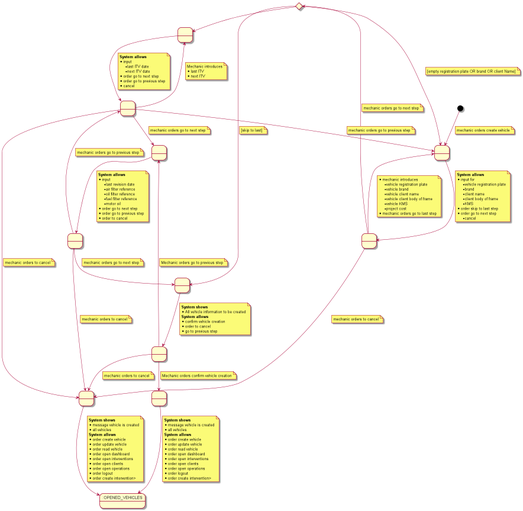
Above: documentation/1requiremets/usecases_specification/png/createVehicle.png in Ruskab/agrimManager (PlantUML), before the change.
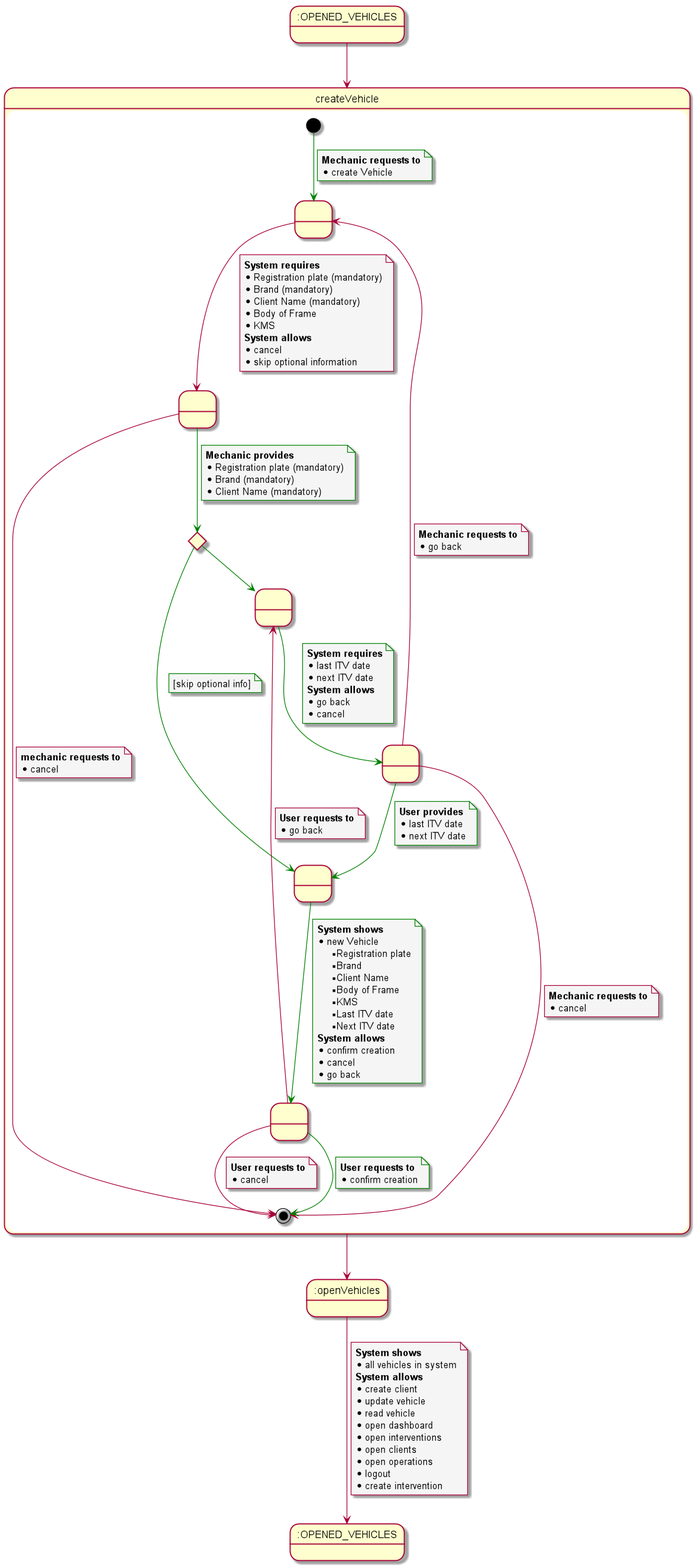
After the commit.

What changed in the source:
```diff
@@ -1,190 +1,145 @@
 @startuml
+skinparam {
+    NoteBackgroundColor #whiteSmoke
+}
 
-state 3 <<choice>>
-state 9 as ":OPENED_VEHICLES"
+state OPENED_VEHICLES as ":OPENED_VEHICLES"
+state openVehicles as ":openVehicles"
+state initState as ":OPENED_VEHICLES"
+
+initState -down-> createVehicle
+
+state createVehicle {
 state 1 as " "
+state A0 as " "
+state A1 as " "
 state 2 as " "
-state 3 as " "
 state 4 as " "
+state A4 <<choice>>
 state 6 as " "
-state 7 as " "
-state 8 as " "
-state 10 as " "
-state A1 as " "
-state A0 as " "
-state A2 as " "
 
-[*] --> 1
+[*]  -[#Green]down-> 1
 note on link
-    mechanic orders create vehicle
+    <b>Mechanic requests to</b>
+    * create Vehicle
 end note
 
-1 --> 2
+1 -down-> 2
 note on link
+    <b>System requires</b>
+    * Registration plate (mandatory)
+    * Brand (mandatory)
+    * Client Name (mandatory)
+    * Body of Frame
+    * KMS
     <b>System allows</b>
-    * input for
-    ** vehicle registration plate
-    ** brand
-    ** client name
-    ** client body of frame
-    ** KMS
-    * order skip to last step
-    * order go to next step
-    ** cancel
+    * cancel
+    * skip optional information
 end note
 
-2 --> 1
+2 -down-> [*]
 note on link
-    * mechanic introduces
-    ** vehicle registration plate
-    ** vehicle brand
-    ** vehicle client name
-    ** vehicle client body of frame
-    ** vehicle KMS
-    ** project cost
-    * mechanic orders go to last step
+<b>mechanic requests to
+* cancel
 end note
 
-2 --> 10
+2 -[#Green]down-> A4
 note on link
-mechanic orders to cancel
+<b>Mechanic provides</b>
+* Registration plate (mandatory)
+* Brand (mandatory)
+* Client Name (mandatory)
 end note
 
-2 --> 3
+A4 -[#Green]down-> A1
 note on link
- mechanic orders go to next step
+[skip optional info]
 end note
 
-3 --> 1
+
+A4 -[#Green]down-> 4
+
+4 -[#Green]down-> A0
 note on link
-    [empty registration plate OR brand OR client Name]
+<b>System requires</b>
+* last ITV date
+* next ITV date
+<b>System allows</b>
+* go back
+* cancel
 end note
 
-3 --> 6
+A0 -left-> 1
 note on link
-    [skip to last]
+<b>Mechanic requests to</b>
+* go back
 end note
 
-3 --> 4
-
-4 --> A0
+A0 -down-> [*]
 note on link
-    <b>System allows</b>
-    * input
-    **last ITV date
-    **next ITV date
-    * order go to next step
-    * order go to previous step
-    * cancel
+<b>Mechanic requests to</b>
+* cancel
 end note
 
-A0 --> 4
+A0 -[#Green]down-> A1
 note on link
-    Mechanic introduces
-    * last ITV
-    * next ITV
+<b>User provides</b>
+* last ITV date
+* next ITV date
 end note
 
-A0 --> 10
+A1 -[#Green]down-> 6
 note on link
-mechanic orders to cancel
+    <b>System shows</b>
+    * new Vehicle
+    ** Registration plate
+    ** Brand
+    ** Client Name
+    ** Body of Frame
+    ** KMS
+    ** Last ITV date
+    ** Next ITV date
+    <b>System allows</b>
+    *confirm creation
+    *cancel
+    *go back
 end note
 
-A0 --> 1
+6 -[#Green]down-> [*]
 note on link
-mechanic orders go to previous step
+<b>User requests to</b>
+* confirm creation
 end note
 
-A0 --> A1
+6 -up-> 4
 note on link
-mechanic orders go to next step
+<b>User requests to</b>
+* go back
 end note
 
-A1 --> A2
+6 -down-> [*]
 note on link
-    <b>System allows</b>
-    * input
-    ** last revision date
-    ** air filter reference
-    ** oil filter reference
-    ** fuel filter reference
-    ** motor oil
-    * order go to next step
-    * order go to previous step
-    * order to cancel
+<b>User requests to</b>
+* cancel
+end note
+}
+
+createVehicle --> openVehicles
+
+openVehicles --> OPENED_VEHICLES
+note on link
+<b>System shows</b>
+* all vehicles in system
+<b>System allows</b>
+* create client
+* update vehicle
+* read vehicle
+* open dashboard
+* open interventions
+* open clients
+* open operations
+* logout
+* create intervention
 end note
 
-A2 --> A0
-note on link
-    mechanic orders go to previous step
-end note
-
-A2 --> 10
-note on link
-    mechanic orders to cancel
-end note
-
-A2 --> 6
-note on link
- mechanic orders go to next step
-end note
-
-6 --> 7
-note on link
-    <b>System shows</b>
-    * All vehicle information to be created
-    <b>System allows</b>
-    * confirm vehicle creation
-    * order to cancel
-    * go to previous step
-end note
-
-7 --> A1
-note on link
-    Mechanic orders go to previous step
-end note
-
-7 --> 10
-note on link
-    mechanic orders to cancel
-end note
-
-10 --> 9
-note on link
-<b>System shows</b>
-* message vehicle is created
-* all vehicles
-<b>System allows</b>
-* order create vehicle
-* order update vehicle
-* order read vehicle
-* order open dashboard
-* order open interventions
-* order open clients
-* order open operations
-* order logout
-* order create intervention>
-end note
-
-7 --> 8
-note on link
- Mechanic orders confirm vehicle creation
-end note
-
-8 --> 9
-note on link
-<b>System shows</b>
-* message vehicle is created
-* all vehicles
-<b>System allows</b>
-* order create vehicle
-* order update vehicle
-* order read vehicle
-* order open dashboard
-* order open interventions
-* order open clients
-* order open operations
-* order logout
-* order create intervention>
-end note
 @enduml
```
